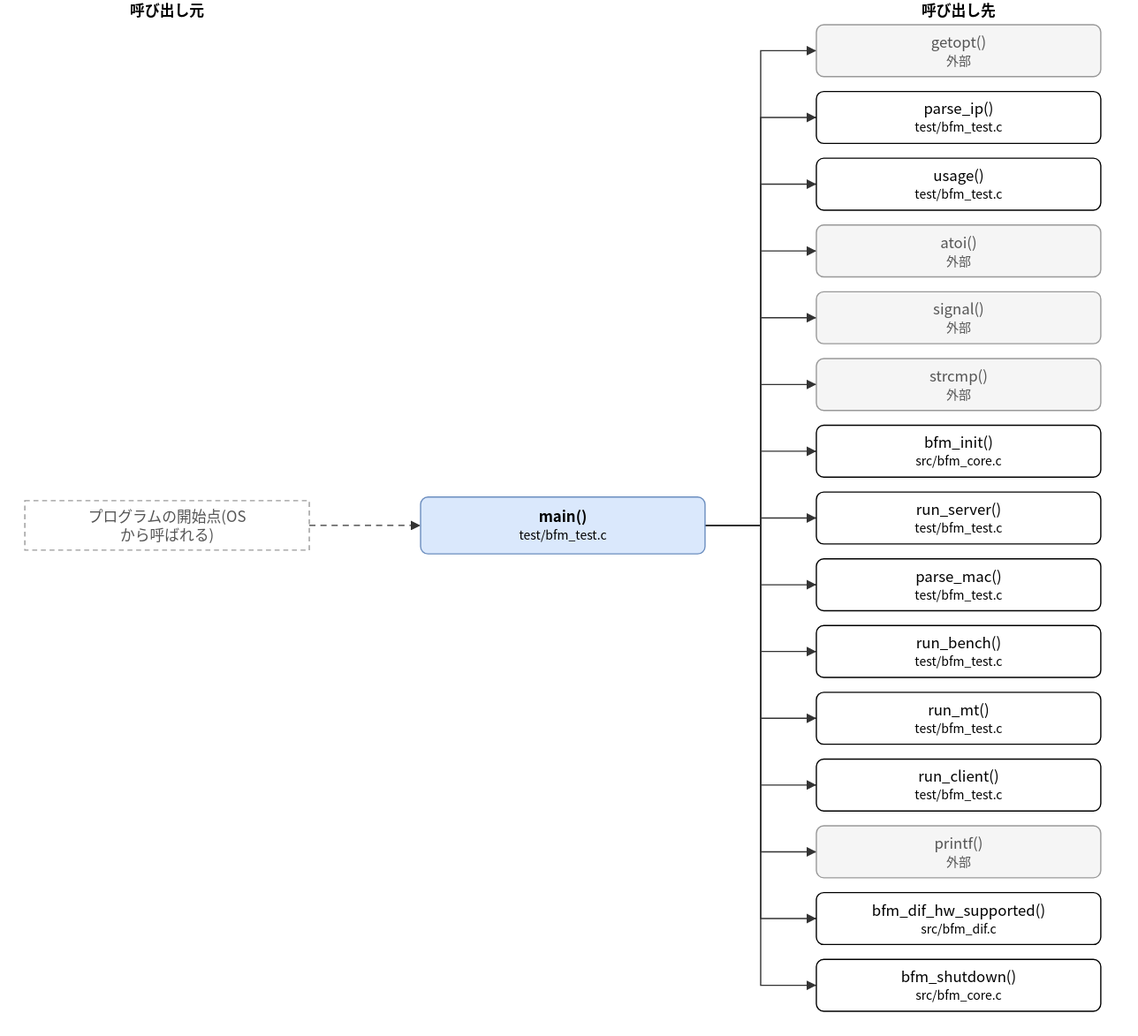
Above: doc/spec/images/call_test_bfm_test-main.drawio.svg in hf355051012-ai/bfmem (draw.io), before the change. Source tidied: cells renumbered, new cells last; positions are measured from the earlier drawing's top-left corner, leaving out a move shared by most shapes.
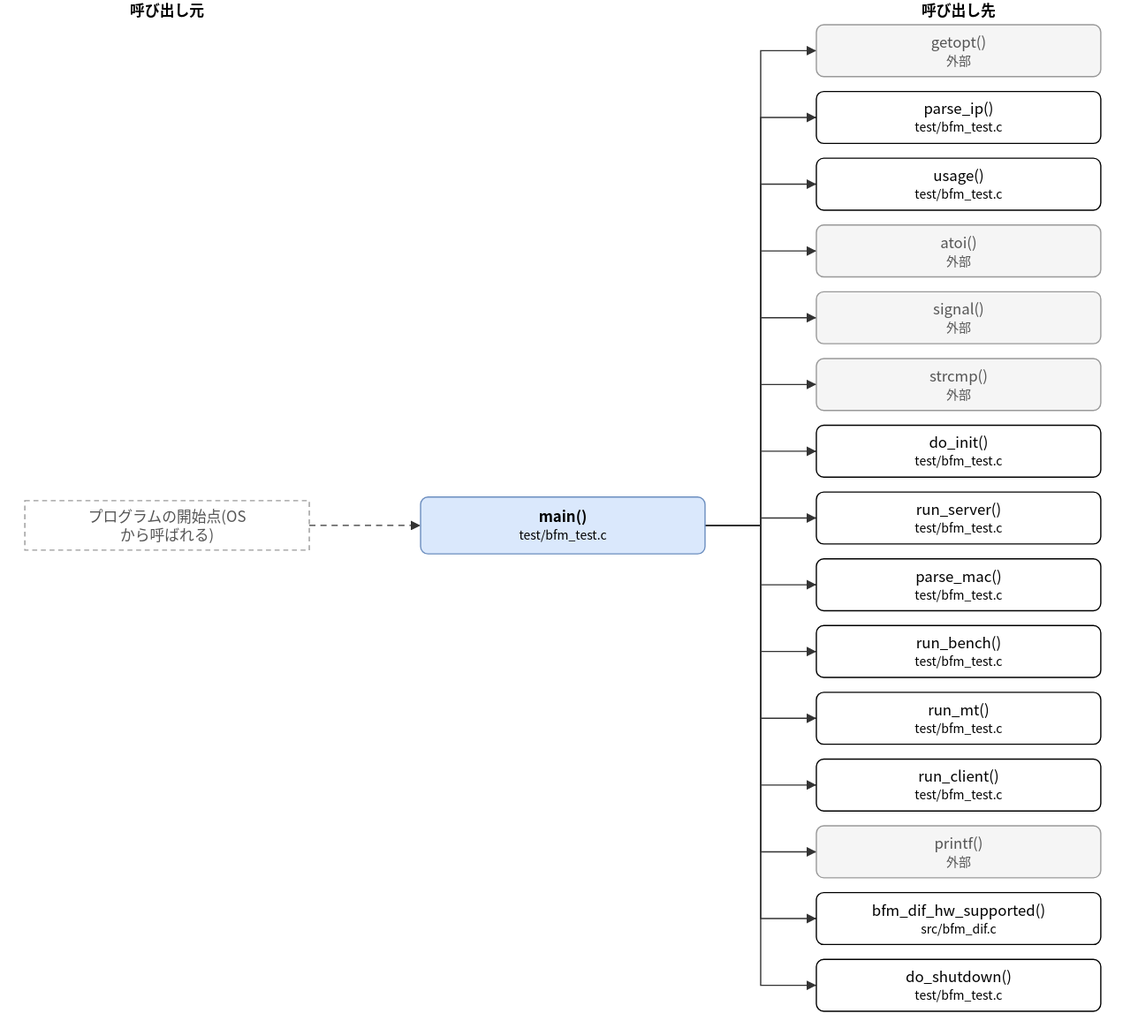
Above is the later version.

Diff of the diagram source:
```diff
@@ -23,7 +23,7 @@
     <mxCell id="8" value="strcmp()&lt;br&gt;&lt;font style=&quot;font-size:10px&quot;&gt;外部&lt;/font&gt;" style="rounded=1;whiteSpace=wrap;html=1;fillColor=#f5f5f5;strokeColor=#999999;fontColor=#555555;" parent="1" vertex="1">
       <mxGeometry x="640" y="290" width="230" height="42" as="geometry" />
     </mxCell>
-    <mxCell id="9" value="bfm_init()&lt;br&gt;&lt;font style=&quot;font-size:10px&quot;&gt;src/bfm_core.c&lt;/font&gt;" style="rounded=1;whiteSpace=wrap;html=1;" parent="1" vertex="1">
+    <mxCell id="9" value="do_init()&lt;br&gt;&lt;font style=&quot;font-size:10px&quot;&gt;test/bfm_test.c&lt;/font&gt;" style="rounded=1;whiteSpace=wrap;html=1;" parent="1" vertex="1">
       <mxGeometry x="640" y="344" width="230" height="42" as="geometry" />
     </mxCell>
     <mxCell id="10" value="run_server()&lt;br&gt;&lt;font style=&quot;font-size:10px&quot;&gt;test/bfm_test.c&lt;/font&gt;" style="rounded=1;whiteSpace=wrap;html=1;" parent="1" vertex="1">
@@ -47,7 +47,7 @@
     <mxCell id="16" value="bfm_dif_hw_supported()&lt;br&gt;&lt;font style=&quot;font-size:10px&quot;&gt;src/bfm_dif.c&lt;/font&gt;" style="rounded=1;whiteSpace=wrap;html=1;" parent="1" vertex="1">
       <mxGeometry x="640" y="722" width="230" height="42" as="geometry" />
     </mxCell>
-    <mxCell id="17" value="bfm_shutdown()&lt;br&gt;&lt;font style=&quot;font-size:10px&quot;&gt;src/bfm_core.c&lt;/font&gt;" style="rounded=1;whiteSpace=wrap;html=1;" parent="1" vertex="1">
+    <mxCell id="17" value="do_shutdown()&lt;br&gt;&lt;font style=&quot;font-size:10px&quot;&gt;test/bfm_test.c&lt;/font&gt;" style="rounded=1;whiteSpace=wrap;html=1;" parent="1" vertex="1">
       <mxGeometry x="640" y="776" width="230" height="42" as="geometry" />
     </mxCell>
     <mxCell id="18" value="プログラムの開始点(OS&lt;br&gt;から呼ばれる)" style="rounded=0;whiteSpace=wrap;html=1;dashed=1;strokeColor=#999999;fontColor=#555555;dashed=1;" parent="1" vertex="1">
```
